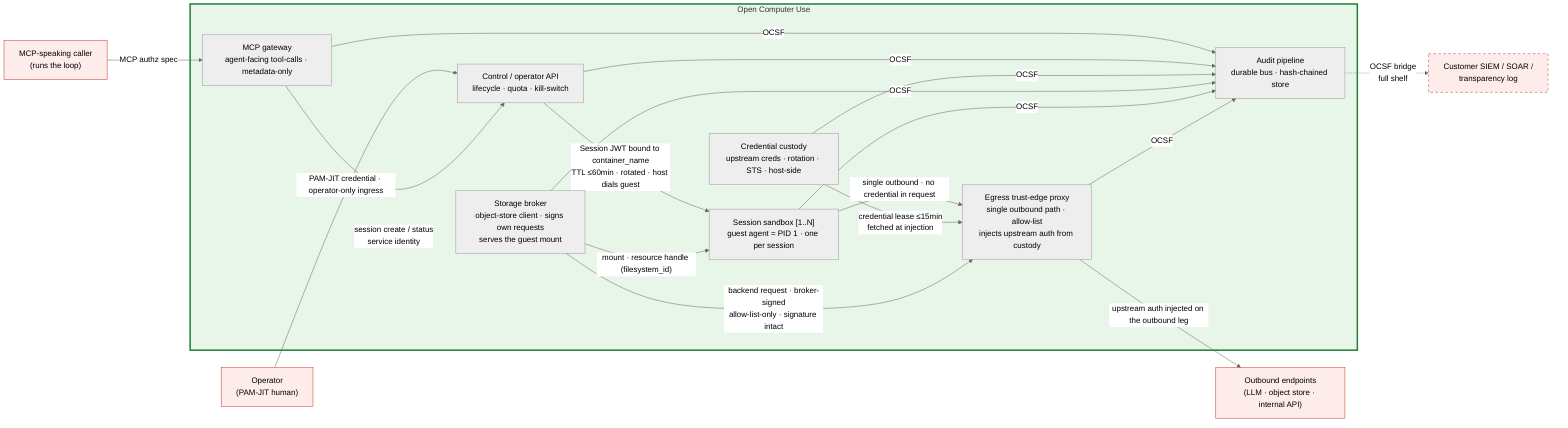
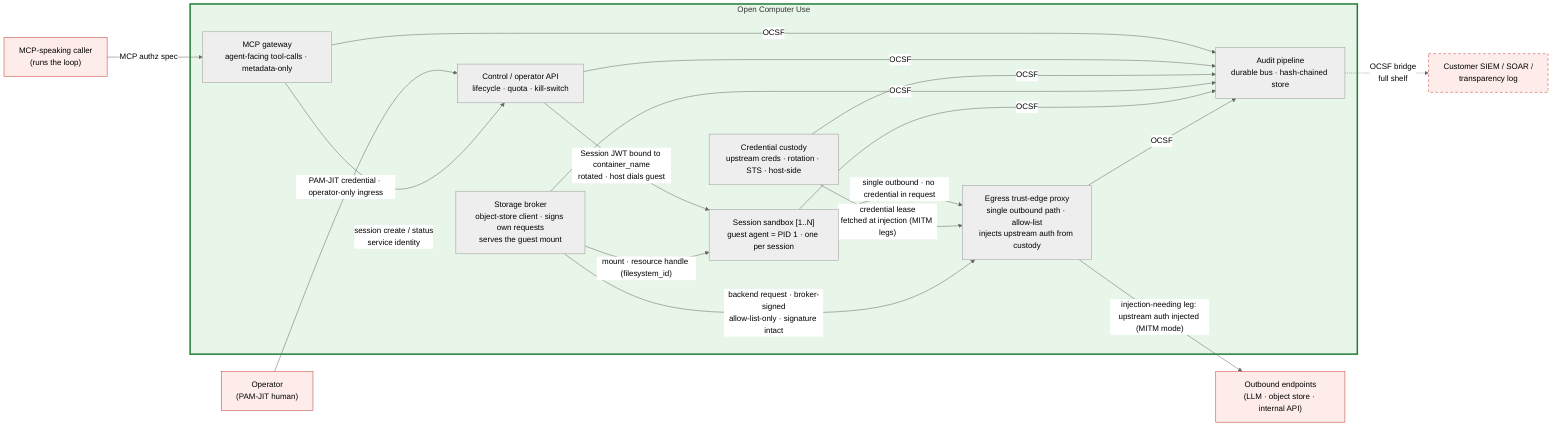
%% SPDX-License-Identifier: FSL-1.1-Apache-2.0
%% Copyright (c) 2025 Open Computer Use Contributors
%% Canonical Layer 6 (C4 Container) diagram. Referenced from docs/architecture/05-c4-container.md.
%% Role names only — no technology names (per CLAUDE.md Diagrams). Tech choice lands in component specs under components/.
%% Seven containers across six Layer-3 trust zones: the Control plane splits into an agent-facing
%% MCP gateway and an operator/lifecycle API (the kill-switch lives only on the latter); the other
%% five zones map 1:1. Substrate differs by shelf (see 05-c4-container.md §5); the count does not.
%% Palette (project convention): red untrusted / green trusted. Amber/blue trust-zone shading is Layer 3 only.

%%{init: {"theme": "neutral"} }%%
flowchart LR

    %% ─── external (drawn for orientation; contracts in 03-c4-context.md §4) ───
    PEER["MCP-speaking caller<br/>(runs the loop)"]:::ext
    OPER["Operator<br/>(PAM-JIT human)"]:::ext
    UPSTREAM["Outbound endpoints<br/>(LLM · object store · internal API)"]:::ext
    SINK["Customer SIEM / SOAR /<br/>transparency log"]:::extOpt

    %% ─── containers inside the system under design ───
    subgraph OCU["Open Computer Use"]
        MCPG["MCP gateway<br/>agent-facing tool-calls · metadata-only"]
        CTRL["Control / operator API<br/>lifecycle · quota · kill-switch"]
        CUST["Credential custody<br/>upstream creds · rotation · STS · host-side"]
        STORE["Storage broker<br/>object-store client · signs own requests<br/>serves the guest mount"]
        VM["Session sandbox [1..N]<br/>guest agent = PID 1 · one per session"]
        EDGE["Egress trust-edge proxy<br/>single outbound path · allow-list<br/>injects upstream auth from custody"]
        AUD["Audit pipeline<br/>durable bus · hash-chained store"]
    end

    %% ─── inbound (two distinct surfaces of the Control plane) ───
    PEER -->|"MCP authz spec"| MCPG
    OPER -->|"PAM-JIT credential · operator-only ingress"| CTRL
    MCPG -->|"session create / status<br/>service identity"| CTRL

    %% ─── control + storage reach the guest host-side (host dials, guest listens; NFR-SEC-43) ───
-     CTRL -->|"Session JWT bound to container_name<br/>TTL ≤60min · rotated · host dials guest"| VM
+     CTRL -->|"Session JWT bound to container_name<br/>rotated · host dials guest"| VM
    STORE -->|"mount · resource handle (filesystem_id)"| VM

-     %% ─── egress: guest sends unauthenticated; edge pulls a lease from custody and injects ───
+     %% ─── egress: guest sends unauthenticated; on injection-needing legs the edge
+     %%     pulls a custody lease and injects (MITM mode only — see 05 §3, §6) ───
    VM -->|"single outbound · no credential in request"| EDGE
-     CUST -->|"credential lease ≤15min<br/>fetched at injection"| EDGE
+     CUST -->|"credential lease<br/>fetched at injection (MITM legs)"| EDGE
    STORE -->|"backend request · broker-signed<br/>allow-list-only · signature intact"| EDGE
-     EDGE -->|"upstream auth injected on the outbound leg"| UPSTREAM
+     EDGE -->|"injection-needing leg: upstream auth injected (MITM mode)"| UPSTREAM

    %% ─── audit fan-in (every container emits OCSF) ───
    MCPG -->|OCSF| AUD
    CTRL -->|OCSF| AUD
    CUST -->|OCSF| AUD
    STORE -->|OCSF| AUD
    VM -->|OCSF| AUD
    EDGE -->|OCSF| AUD
    AUD -.->|"OCSF bridge<br/>full shelf"| SINK

    %% ─── styling (project palette) ───
    classDef ext fill:#fdecea,stroke:#c0392b,stroke-width:1px;
    classDef extOpt fill:#fdecea,stroke:#c0392b,stroke-dasharray: 5 5;
    style OCU fill:#e8f5e9,stroke:#1e7e34,stroke-width:3px;
